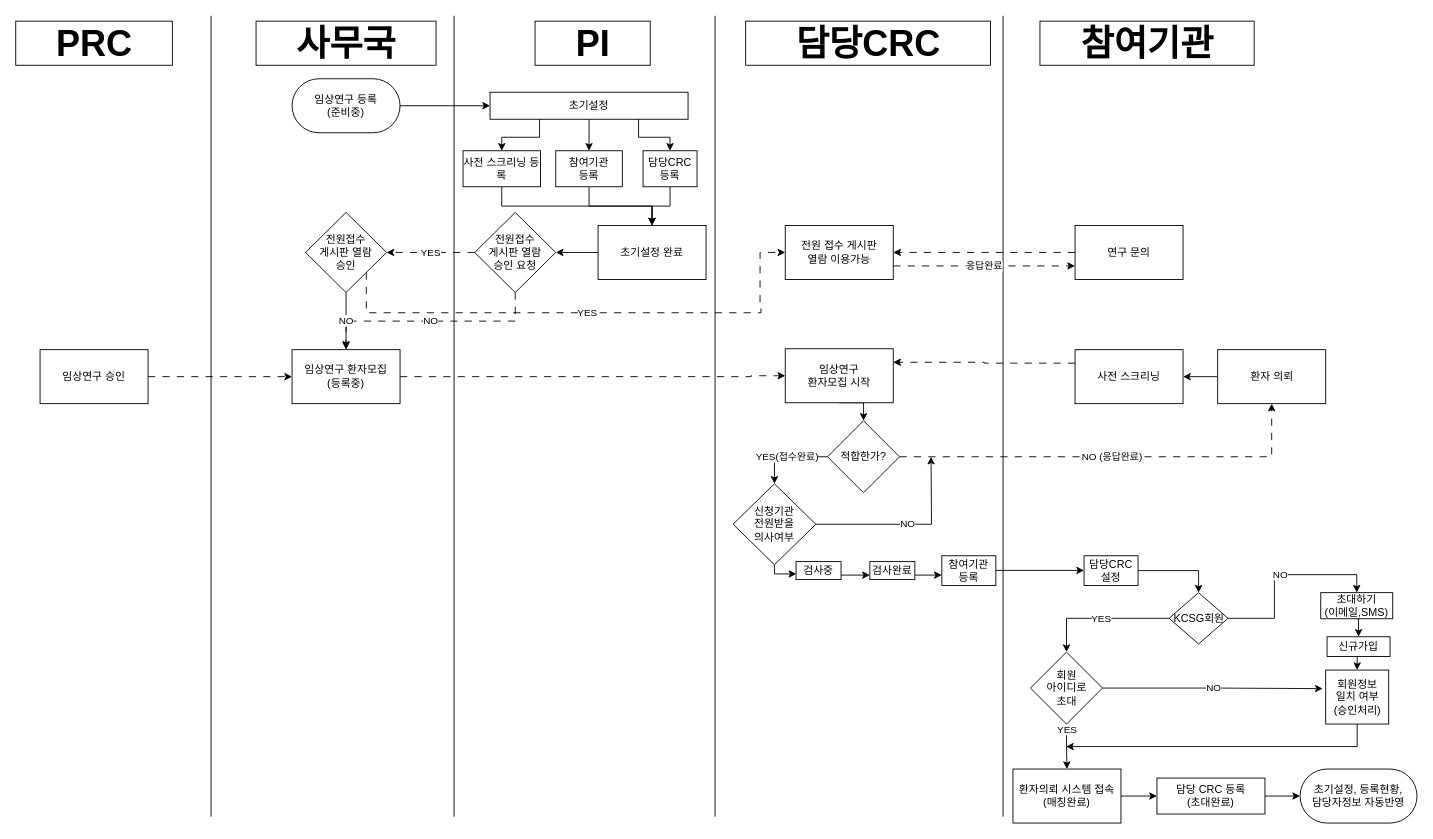
This is page "Process" (1 of 2) of Algo/withSystem.drawio from Mark1237200/Projects, a draw.io file, before an edit. Source tidied: cells renumbered, new cells numbered last; positions are measured from the earlier drawing's top-left corner, leaving out a move shared by most shapes. Both pictures are drawn from the tidied source at 90%, with x=0, y=0 at pixel (40, 15).
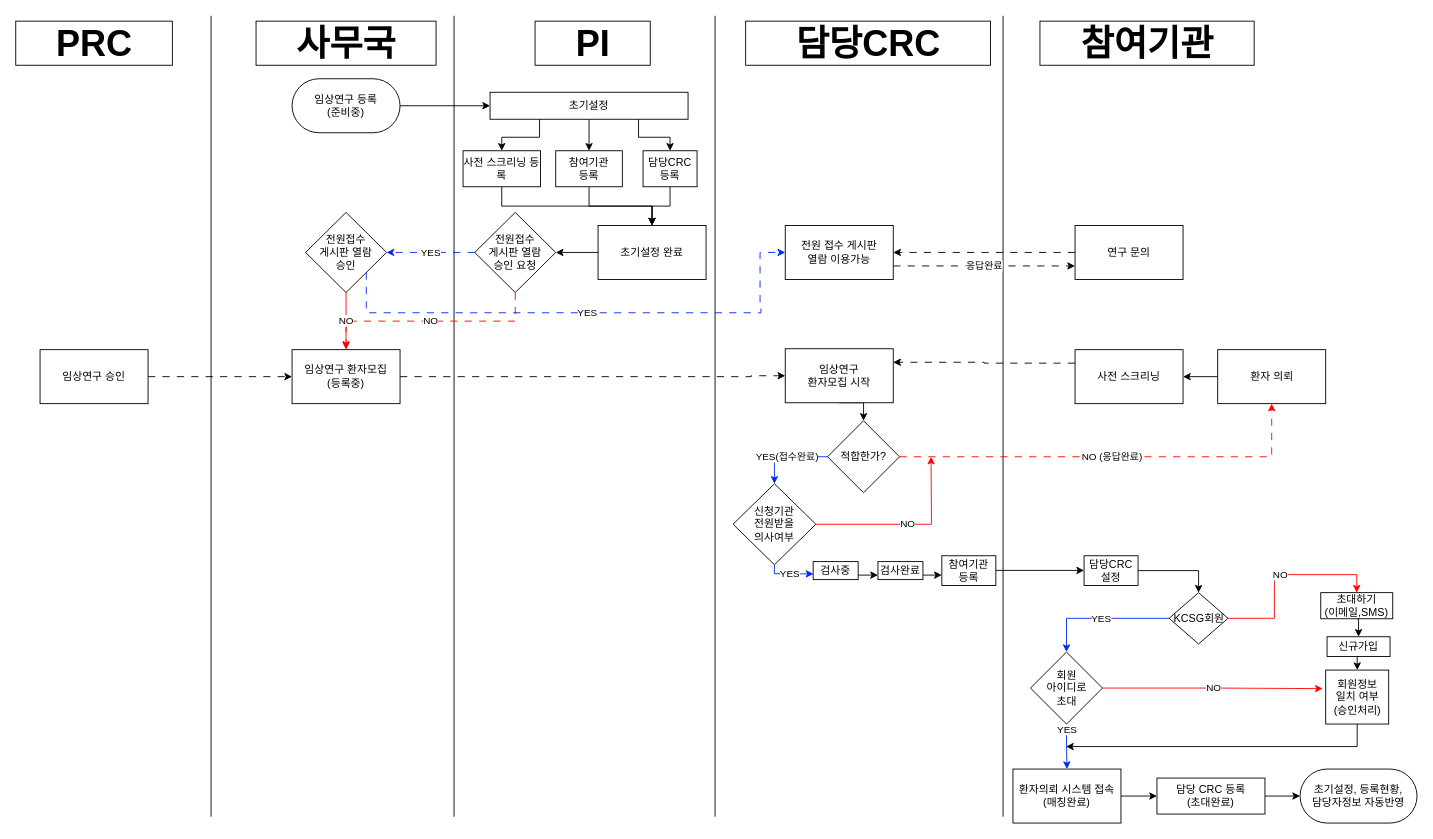
After the change.

Commit message:
KCSG process v1.1

The change refers to these unchanged cells:
```xml
<mxCell id="10" value="임상연구 환자모집&lt;br&gt;(등록중)" style="rounded=0;whiteSpace=wrap;html=1;" parent="1" vertex="1">
  <mxGeometry x="280" y="371" width="120" height="60" as="geometry" />
</mxCell>
<mxCell id="14" value="환자의뢰 시스템 접속&lt;br style=&quot;border-color: var(--border-color);&quot;&gt;(매칭완료)" style="whiteSpace=wrap;html=1;" parent="1" vertex="1">
  <mxGeometry x="1081" y="837" width="120" height="60" as="geometry" />
</mxCell>
<mxCell id="18" value="KCSG회원" style="rhombus;whiteSpace=wrap;html=1;" parent="1" vertex="1">
  <mxGeometry x="1254.5" y="641" width="65.5" height="57" as="geometry" />
</mxCell>
<mxCell id="22" value="회원&lt;br&gt;아이디로&lt;br&gt;초대" style="rhombus;whiteSpace=wrap;html=1;" parent="1" vertex="1">
  <mxGeometry x="1100.5" y="707" width="80" height="80" as="geometry" />
</mxCell>
<mxCell id="24" value="&lt;span style=&quot;color: rgb(0, 0, 0); font-family: Helvetica; font-size: 12px; font-style: normal; font-variant-ligatures: normal; font-variant-caps: normal; font-weight: 400; letter-spacing: normal; orphans: 2; text-align: center; text-indent: 0px; text-transform: none; widows: 2; word-spacing: 0px; -webkit-text-stroke-width: 0px; background-color: rgb(251, 251, 251); text-decoration-thickness: initial; text-decoration-style: initial; text-decoration-color: initial; float: none; display: inline !important;&quot;&gt;회원정보&lt;/span&gt;&lt;br style=&quot;border-color: var(--border-color); color: rgb(0, 0, 0); font-family: Helvetica; font-size: 12px; font-style: normal; font-variant-ligatures: normal; font-variant-caps: normal; font-weight: 400; letter-spacing: normal; orphans: 2; text-align: center; text-indent: 0px; text-transform: none; widows: 2; word-spacing: 0px; -webkit-text-stroke-width: 0px; background-color: rgb(251, 251, 251); text-decoration-thickness: initial; text-decoration-style: initial; text-decoration-color: initial;&quot;&gt;&lt;span style=&quot;color: rgb(0, 0, 0); font-family: Helvetica; font-size: 12px; font-style: normal; font-variant-ligatures: normal; font-variant-caps: normal; font-weight: 400; letter-spacing: normal; orphans: 2; text-align: center; text-indent: 0px; text-transform: none; widows: 2; word-spacing: 0px; -webkit-text-stroke-width: 0px; background-color: rgb(251, 251, 251); text-decoration-thickness: initial; text-decoration-style: initial; text-decoration-color: initial; float: none; display: inline !important;&quot;&gt;일치 여부&lt;/span&gt;&lt;br style=&quot;border-color: var(--border-color); color: rgb(0, 0, 0); font-family: Helvetica; font-size: 12px; font-style: normal; font-variant-ligatures: normal; font-variant-caps: normal; font-weight: 400; letter-spacing: normal; orphans: 2; text-align: center; text-indent: 0px; text-transform: none; widows: 2; word-spacing: 0px; -webkit-text-stroke-width: 0px; background-color: rgb(251, 251, 251); text-decoration-thickness: initial; text-decoration-style: initial; text-decoration-color: initial;&quot;&gt;&lt;span style=&quot;color: rgb(0, 0, 0); font-family: Helvetica; font-size: 12px; font-style: normal; font-variant-ligatures: normal; font-variant-caps: normal; font-weight: 400; letter-spacing: normal; orphans: 2; text-align: center; text-indent: 0px; text-transform: none; widows: 2; word-spacing: 0px; -webkit-text-stroke-width: 0px; background-color: rgb(251, 251, 251); text-decoration-thickness: initial; text-decoration-style: initial; text-decoration-color: initial; float: none; display: inline !important;&quot;&gt;(승인처리)&lt;/span&gt;" style="whiteSpace=wrap;html=1;" parent="1" vertex="1">
  <mxGeometry x="1428.5" y="727" width="70" height="60" as="geometry" />
</mxCell>
<mxCell id="44" value="전원접수&lt;br&gt;게시판 열람&lt;br&gt;승인 요청" style="rhombus;whiteSpace=wrap;html=1;" parent="1" vertex="1">
  <mxGeometry x="483" y="218.5" width="90" height="89" as="geometry" />
</mxCell>
<mxCell id="47" value="전원접수&lt;br&gt;게시판 열람&lt;br&gt;승인" style="rhombus;whiteSpace=wrap;html=1;" parent="1" vertex="1">
  <mxGeometry x="295" y="218.5" width="90" height="89" as="geometry" />
</mxCell>
<mxCell id="51" value="전원 접수 게시판&lt;br&gt;열람 이용가능" style="rounded=0;whiteSpace=wrap;html=1;" parent="1" vertex="1">
  <mxGeometry x="828" y="233" width="120" height="60" as="geometry" />
</mxCell>
<mxCell id="56" value="환자 의뢰" style="rounded=0;whiteSpace=wrap;html=1;" parent="1" vertex="1">
  <mxGeometry x="1308.5" y="371" width="120" height="60" as="geometry" />
</mxCell>
<mxCell id="58" value="적합한가?" style="rhombus;whiteSpace=wrap;html=1;" parent="1" vertex="1">
  <mxGeometry x="875" y="450" width="80" height="80" as="geometry" />
</mxCell>
<mxCell id="61" value="신청기관&lt;br&gt;전원받을&lt;br&gt;의사여부" style="rhombus;whiteSpace=wrap;html=1;" parent="1" vertex="1">
  <mxGeometry x="770" y="520" width="92" height="90" as="geometry" />
</mxCell>
<mxCell id="75" value="초대하기&lt;br&gt;(이메일,SMS)" style="rounded=0;whiteSpace=wrap;html=1;" parent="1" vertex="1">
  <mxGeometry x="1423" y="641" width="80" height="29" as="geometry" />
</mxCell>
```

The edit, as a diff of the source:
```diff
@@
-    <mxCell id="17" value="NO" style="edgeStyle=orthogonalEdgeStyle;rounded=0;jettySize=auto;html=1;exitX=1;exitY=0.5;exitDx=0;exitDy=0;entryX=0.5;entryY=0;entryDx=0;entryDy=0;" parent="1" edge="1" source="18" target="75">
+    <mxCell id="17" value="NO" style="edgeStyle=orthogonalEdgeStyle;rounded=0;jettySize=auto;html=1;exitX=1;exitY=0.5;exitDx=0;exitDy=0;entryX=0.5;entryY=0;entryDx=0;entryDy=0;strokeColor=#ff0000;" parent="1" edge="1" source="18" target="75">
       <mxGeometry relative="1" as="geometry" />
     </mxCell>
@@
-    <mxCell id="19" value="YES" style="edgeStyle=orthogonalEdgeStyle;rounded=0;jettySize=auto;html=1;entryX=0.5;entryY=0;entryDx=0;entryDy=0;" parent="1" edge="1" source="18" target="22">
+    <mxCell id="19" value="YES" style="edgeStyle=orthogonalEdgeStyle;rounded=0;jettySize=auto;html=1;entryX=0.5;entryY=0;entryDx=0;entryDy=0;fillColor=#0050ef;strokeColor=#0026ff;" parent="1" edge="1" source="18" target="22">
       <mxGeometry relative="1" as="geometry" />
     </mxCell>
-    <mxCell id="20" value="YES" style="edgeStyle=orthogonalEdgeStyle;rounded=0;jettySize=auto;html=1;exitX=0.5;exitY=1;exitDx=0;exitDy=0;entryX=0.5;entryY=0;entryDx=0;entryDy=0;" parent="1" edge="1" source="22" target="14">
+    <mxCell id="20" value="YES" style="edgeStyle=orthogonalEdgeStyle;rounded=0;jettySize=auto;html=1;exitX=0.5;exitY=1;exitDx=0;exitDy=0;entryX=0.5;entryY=0;entryDx=0;entryDy=0;fillColor=#0050ef;strokeColor=#0026ff;" parent="1" edge="1" source="22" target="14">
       <mxGeometry x="-0.76" relative="1" as="geometry" />
     </mxCell>
-    <mxCell id="21" value="NO" style="edgeStyle=orthogonalEdgeStyle;rounded=0;jettySize=auto;html=1;exitX=1;exitY=0.5;exitDx=0;exitDy=0;entryX=-0.048;entryY=0.344;entryDx=0;entryDy=0;entryPerimeter=0;" parent="1" edge="1" source="22" target="24">
+    <mxCell id="21" value="NO" style="edgeStyle=orthogonalEdgeStyle;rounded=0;jettySize=auto;html=1;exitX=1;exitY=0.5;exitDx=0;exitDy=0;entryX=-0.048;entryY=0.344;entryDx=0;entryDy=0;entryPerimeter=0;strokeColor=#ff0000;" parent="1" edge="1" source="22" target="24">
       <mxGeometry relative="1" as="geometry" />
     </mxCell>
@@
-    <mxCell id="42" value="NO" style="edgeStyle=orthogonalEdgeStyle;rounded=0;jettySize=auto;html=1;exitX=0.5;exitY=1;exitDx=0;exitDy=0;entryX=0.5;entryY=0;entryDx=0;entryDy=0;dashed=1;dashPattern=8 8;" parent="1" edge="1" source="44" target="10">
+    <mxCell id="42" value="NO" style="edgeStyle=orthogonalEdgeStyle;rounded=0;jettySize=auto;html=1;exitX=0.5;exitY=1;exitDx=0;exitDy=0;entryX=0.5;entryY=0;entryDx=0;entryDy=0;dashed=1;dashPattern=8 8;fillColor=#e51400;strokeColor=#ff0000;" parent="1" edge="1" source="44" target="10">
       <mxGeometry relative="1" as="geometry" />
     </mxCell>
-    <mxCell id="43" value="YES" style="edgeStyle=orthogonalEdgeStyle;rounded=0;jettySize=auto;html=1;exitX=0;exitY=0.5;exitDx=0;exitDy=0;dashed=1;dashPattern=8 8;entryX=1;entryY=0.5;entryDx=0;entryDy=0;" parent="1" edge="1" source="44" target="47">
+    <mxCell id="43" value="YES" style="edgeStyle=orthogonalEdgeStyle;rounded=0;jettySize=auto;html=1;exitX=0;exitY=0.5;exitDx=0;exitDy=0;dashed=1;dashPattern=8 8;entryX=1;entryY=0.5;entryDx=0;entryDy=0;fillColor=#0050ef;strokeColor=#0026ff;" parent="1" edge="1" source="44" target="47">
       <mxGeometry relative="1" as="geometry" />
     </mxCell>
@@
-    <mxCell id="45" value="NO" style="edgeStyle=orthogonalEdgeStyle;rounded=0;jettySize=auto;html=1;exitX=0.5;exitY=1;exitDx=0;exitDy=0;" parent="1" edge="1" source="47">
+    <mxCell id="45" value="NO" style="edgeStyle=orthogonalEdgeStyle;rounded=0;jettySize=auto;html=1;exitX=0.5;exitY=1;exitDx=0;exitDy=0;fillColor=#d80073;strokeColor=#ff0000;" parent="1" edge="1" source="47">
       <mxGeometry relative="1" as="geometry">
         <mxPoint x="340" y="370" as="targetPoint" />
       </mxGeometry>
     </mxCell>
-    <mxCell id="46" value="YES" style="edgeStyle=orthogonalEdgeStyle;rounded=0;jettySize=auto;html=1;exitX=1;exitY=1;exitDx=0;exitDy=0;dashed=1;dashPattern=8 8;entryX=0;entryY=0.5;entryDx=0;entryDy=0;" parent="1" edge="1" source="47" target="51">
+    <mxCell id="46" value="YES" style="edgeStyle=orthogonalEdgeStyle;rounded=0;jettySize=auto;html=1;exitX=1;exitY=1;exitDx=0;exitDy=0;dashed=1;dashPattern=8 8;entryX=0;entryY=0.5;entryDx=0;entryDy=0;fillColor=#0050ef;strokeColor=#0026ff;" parent="1" edge="1" source="47" target="51">
       <mxGeometry relative="1" as="geometry">
         <Array as="points">
           <mxPoint x="363" y="330" />
           <mxPoint x="801" y="330" />
           <mxPoint x="801" y="320" />
           <mxPoint x="800" y="320" />
           <mxPoint x="800" y="263" />
         </Array>
       </mxGeometry>
     </mxCell>
@@
-    <mxCell id="52" value="NO (응답완료)" style="edgeStyle=orthogonalEdgeStyle;rounded=0;jettySize=auto;html=1;exitX=1;exitY=0.5;exitDx=0;exitDy=0;entryX=0.5;entryY=1;entryDx=0;entryDy=0;dashed=1;dashPattern=8 8;" parent="1" edge="1" source="58" target="56">
+    <mxCell id="52" value="NO (응답완료)" style="edgeStyle=orthogonalEdgeStyle;rounded=0;jettySize=auto;html=1;exitX=1;exitY=0.5;exitDx=0;exitDy=0;entryX=0.5;entryY=1;entryDx=0;entryDy=0;dashed=1;dashPattern=8 8;strokeColor=#ff0000;" parent="1" edge="1" source="58" target="56">
       <mxGeometry relative="1" as="geometry" />
     </mxCell>
@@
-    <mxCell id="57" value="YES(접수완료)" style="edgeStyle=orthogonalEdgeStyle;rounded=0;jettySize=auto;html=1;exitX=0;exitY=0.5;exitDx=0;exitDy=0;entryX=0.5;entryY=0;entryDx=0;entryDy=0;" parent="1" edge="1" source="58" target="61">
+    <mxCell id="57" value="YES(접수완료)" style="edgeStyle=orthogonalEdgeStyle;rounded=0;jettySize=auto;html=1;exitX=0;exitY=0.5;exitDx=0;exitDy=0;entryX=0.5;entryY=0;entryDx=0;entryDy=0;fillColor=#0050ef;strokeColor=#0026ff;" parent="1" edge="1" source="58" target="61">
       <mxGeometry relative="1" as="geometry" />
     </mxCell>
@@
-    <mxCell id="59" value="NO" style="edgeStyle=orthogonalEdgeStyle;rounded=0;jettySize=auto;html=1;exitX=1;exitY=0.5;exitDx=0;exitDy=0;" parent="1" edge="1" source="61">
+    <mxCell id="59" value="NO" style="edgeStyle=orthogonalEdgeStyle;rounded=0;jettySize=auto;html=1;exitX=1;exitY=0.5;exitDx=0;exitDy=0;strokeColor=#ff0000;" parent="1" edge="1" source="61">
       <mxGeometry relative="1" as="geometry">
         <mxPoint x="990" y="490" as="targetPoint" />
       </mxGeometry>
     </mxCell>
-    <mxCell id="60" style="edgeStyle=orthogonalEdgeStyle;rounded=0;jettySize=auto;html=1;exitX=0.5;exitY=1;exitDx=0;exitDy=0;entryX=0.007;entryY=0.685;entryDx=0;entryDy=0;entryPerimeter=0;" parent="1" edge="1" source="61" target="65">
+    <mxCell id="60" value="YES" style="edgeStyle=orthogonalEdgeStyle;rounded=0;jettySize=auto;html=1;exitX=0.5;exitY=1;exitDx=0;exitDy=0;entryX=0.007;entryY=0.685;entryDx=0;entryDy=0;entryPerimeter=0;fillColor=#0050ef;strokeColor=#0026ff;" parent="1" edge="1" source="61" target="65">
       <mxGeometry relative="1" as="geometry">
         <Array as="points">
           <mxPoint x="816" y="620" />
           <mxPoint x="840" y="620" />
         </Array>
       </mxGeometry>
     </mxCell>
@@
     <mxCell id="63" value="검사완료" style="rounded=0;whiteSpace=wrap;html=1;" parent="1" vertex="1">
-      <mxGeometry x="922" y="606.5" width="50" height="20" as="geometry" />
+      <mxGeometry x="931" y="606.5" width="50" height="20" as="geometry" />
     </mxCell>
@@
     <mxCell id="65" value="검사중" style="rounded=0;whiteSpace=wrap;html=1;" parent="1" vertex="1">
-      <mxGeometry x="840" y="606.5" width="50" height="20" as="geometry" />
+      <mxGeometry x="859" y="606.5" width="50" height="20" as="geometry" />
     </mxCell>
```
